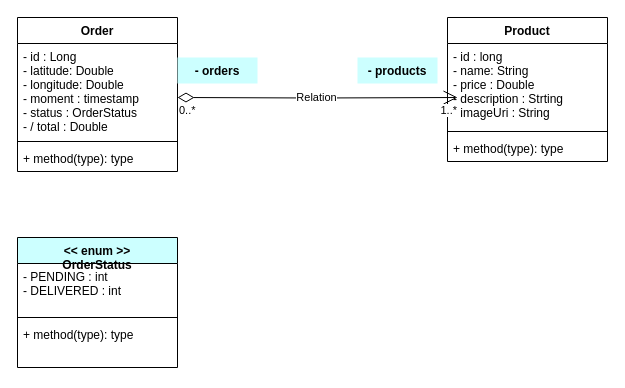
Above: page "Page-1" (1 of 2) of Untitled Diagram.drawio in alexrebello/dsdeliver-sds2 (draw.io), before the change. Source tidied: cells renumbered, new cells numbered last; positions are measured from the earlier drawing's top-left corner, leaving out a move shared by most shapes. Both pictures are drawn from the tidied source at 100%, with x=0, y=0 at pixel (17, 17).
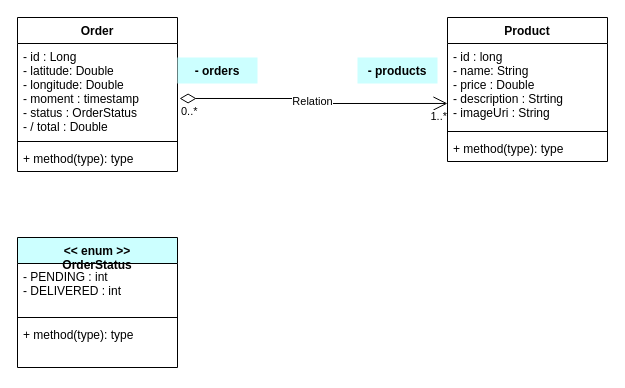
The same diagram, later.

What changed in the source:
```diff
@@
 <mxGraphModel>
   <root>
     <mxCell id="0" />
     <mxCell id="1" parent="0" />
     <mxCell id="2" value="Order" style="swimlane;fontStyle=1;align=center;verticalAlign=top;horizontal=1;startSize=26;" parent="1" vertex="1">
       <mxGeometry width="160" height="154" as="geometry" />
     </mxCell>
     <mxCell id="3" value="- id : Long&#10;- latitude: Double&#10;- longitude: Double&#10;- moment : timestamp&#10;- status : OrderStatus&#10;- / total : Double&#10;" style="text;strokeColor=none;fillColor=none;align=left;verticalAlign=top;spacingLeft=4;spacingRight=4;overflow=hidden;points=[[0,0.5],[1,0.5]];portConstraint=eastwest;" parent="2" vertex="1">
       <mxGeometry y="26" width="160" height="94" as="geometry" />
     </mxCell>
     <mxCell id="4" style="line;strokeWidth=1;fillColor=none;align=left;verticalAlign=middle;spacingTop=-1;spacingLeft=3;spacingRight=3;labelPosition=right;" parent="2" vertex="1">
       <mxGeometry y="120" width="160" height="8" as="geometry" />
     </mxCell>
     <mxCell id="5" value="+ method(type): type" style="text;strokeColor=none;fillColor=none;align=left;verticalAlign=top;spacingLeft=4;spacingRight=4;overflow=hidden;" parent="2" vertex="1">
       <mxGeometry y="128" width="160" height="26" as="geometry" />
     </mxCell>
     <mxCell id="6" value="Product" style="swimlane;fontStyle=1;align=center;verticalAlign=top;horizontal=1;startSize=26;" parent="1" vertex="1">
       <mxGeometry x="430" width="160" height="144" as="geometry" />
     </mxCell>
     <mxCell id="7" value="- id : long&#10;- name: String&#10;- price : Double&#10;- description : Strting&#10;- imageUri : String" style="text;strokeColor=none;fillColor=none;align=left;verticalAlign=top;spacingLeft=4;spacingRight=4;overflow=hidden;points=[[0,0.5],[1,0.5]];portConstraint=eastwest;" parent="6" vertex="1">
       <mxGeometry y="26" width="160" height="84" as="geometry" />
     </mxCell>
     <mxCell id="8" style="line;strokeWidth=1;fillColor=none;align=left;verticalAlign=middle;spacingTop=-1;spacingLeft=3;spacingRight=3;labelPosition=right;" parent="6" vertex="1">
       <mxGeometry y="110" width="160" height="8" as="geometry" />
     </mxCell>
     <mxCell id="9" value="+ method(type): type" style="text;strokeColor=none;fillColor=none;align=left;verticalAlign=top;spacingLeft=4;spacingRight=4;overflow=hidden;" parent="6" vertex="1">
       <mxGeometry y="118" width="160" height="26" as="geometry" />
     </mxCell>
     <mxCell id="10" value="&lt;&lt; enum &gt;&gt;&#10;OrderStatus" style="swimlane;fontStyle=1;align=center;verticalAlign=top;horizontal=1;startSize=26;fillColor=#CCFFFF;" parent="1" vertex="1">
       <mxGeometry y="220" width="160" height="130" as="geometry" />
     </mxCell>
     <mxCell id="11" value="- PENDING : int&#10;- DELIVERED : int&#10;" style="text;strokeColor=none;fillColor=none;align=left;verticalAlign=top;spacingLeft=4;spacingRight=4;overflow=hidden;" parent="10" vertex="1">
       <mxGeometry y="26" width="160" height="50" as="geometry" />
     </mxCell>
     <mxCell id="12" style="line;strokeWidth=1;fillColor=none;align=left;verticalAlign=middle;spacingTop=-1;spacingLeft=3;spacingRight=3;labelPosition=right;" parent="10" vertex="1">
       <mxGeometry y="76" width="160" height="8" as="geometry" />
     </mxCell>
     <mxCell id="13" value="+ method(type): type" style="text;strokeColor=none;fillColor=none;align=left;verticalAlign=top;spacingLeft=4;spacingRight=4;overflow=hidden;" parent="10" vertex="1">
       <mxGeometry y="84" width="160" height="46" as="geometry" />
     </mxCell>
-    <mxCell id="14" value="Relation" style="endArrow=open;html=1;endSize=12;startArrow=diamondThin;startSize=14;startFill=0;edgeStyle=orthogonalEdgeStyle;entryX=0.063;entryY=0.643;entryDx=0;entryDy=0;entryPerimeter=0;" parent="1" edge="1" target="7">
-      <mxGeometry relative="1" as="geometry">
-        <mxPoint x="160" y="80" as="sourcePoint" />
-      </mxGeometry>
+    <mxCell id="14" value="Relation" style="endArrow=open;html=1;endSize=12;startArrow=diamondThin;startSize=14;startFill=0;edgeStyle=orthogonalEdgeStyle;exitX=1.013;exitY=0.585;exitDx=0;exitDy=0;exitPerimeter=0;entryX=0;entryY=0.714;entryDx=0;entryDy=0;entryPerimeter=0;" parent="1" edge="1" source="3" target="7">
+      <mxGeometry relative="1" as="geometry" />
     </mxCell>
     <mxCell id="15" value="0..*" style="edgeLabel;html=1;align=left;verticalAlign=top;" parent="14" vertex="1">
       <mxGeometry x="-1" relative="1" as="geometry" />
     </mxCell>
     <mxCell id="16" value="1..*" style="edgeLabel;html=1;align=right;verticalAlign=top;" parent="14" vertex="1">
       <mxGeometry x="1" relative="1" as="geometry" />
     </mxCell>
     <mxCell id="17" value="- products" style="text;align=center;fontStyle=1;verticalAlign=middle;spacingLeft=3;spacingRight=3;strokeColor=none;fillColor=#CCFFFF;" parent="1" vertex="1">
       <mxGeometry x="340" y="40" width="80" height="26" as="geometry" />
     </mxCell>
     <mxCell id="18" value="- orders" style="text;align=center;fontStyle=1;verticalAlign=middle;spacingLeft=3;spacingRight=3;strokeColor=none;fillColor=#CCFFFF;" parent="1" vertex="1">
       <mxGeometry x="160" y="40" width="80" height="26" as="geometry" />
     </mxCell>
   </root>
 </mxGraphModel>
```
